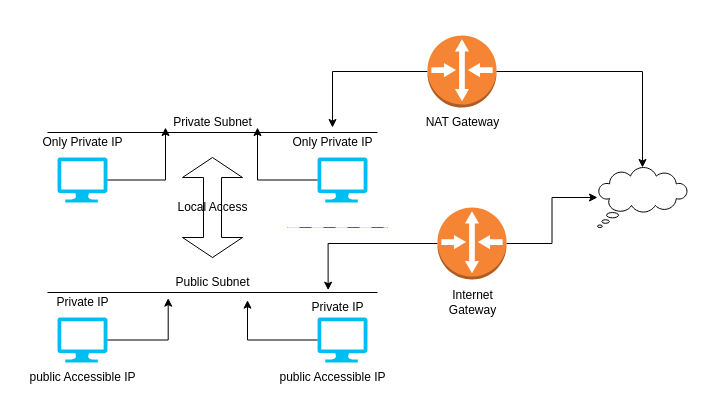
nandha-coder/git-pc keeps this draw.io diagram as nandha.drawio. Above is the earlier version. Source tidied: cells renumbered, new cells numbered last; positions are measured from the earlier drawing's top-left corner, leaving out a move shared by most shapes. Both pictures are drawn from the tidied source at 100%, with x=0, y=0 at pixel (17, 35).
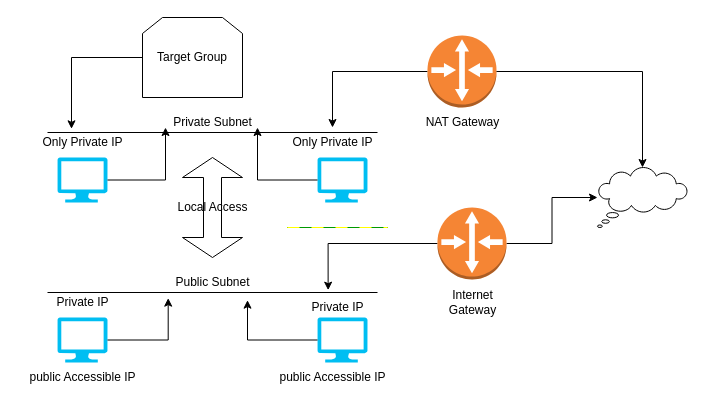
Above is the later version.

The change refers to these unchanged cells:
```xml
<mxCell id="22" value="Only Private IP" style="text;html=1;align=center;verticalAlign=middle;points=[];strokeColor=none;fillColor=none;" parent="1" vertex="1">
  <mxGeometry x="15" y="92" width="100" height="30" as="geometry" />
</mxCell>
```

Diff of the diagram source:
```diff
@@
+    <mxCell id="36" value="Target Group" style="shape=loopLimit;whiteSpace=wrap;html=1;" parent="1" vertex="1">
+      <mxGeometry x="125" y="-18" width="100" height="80" as="geometry" />
+    </mxCell>
+    <mxCell id="37" style="edgeStyle=orthogonalEdgeStyle;rounded=0;jettySize=auto;html=1;entryX=0.39;entryY=0.044;entryDx=0;entryDy=0;entryPerimeter=0;" parent="1" edge="1" source="36" target="22">
+      <mxGeometry relative="1" as="geometry" />
+    </mxCell>
```
